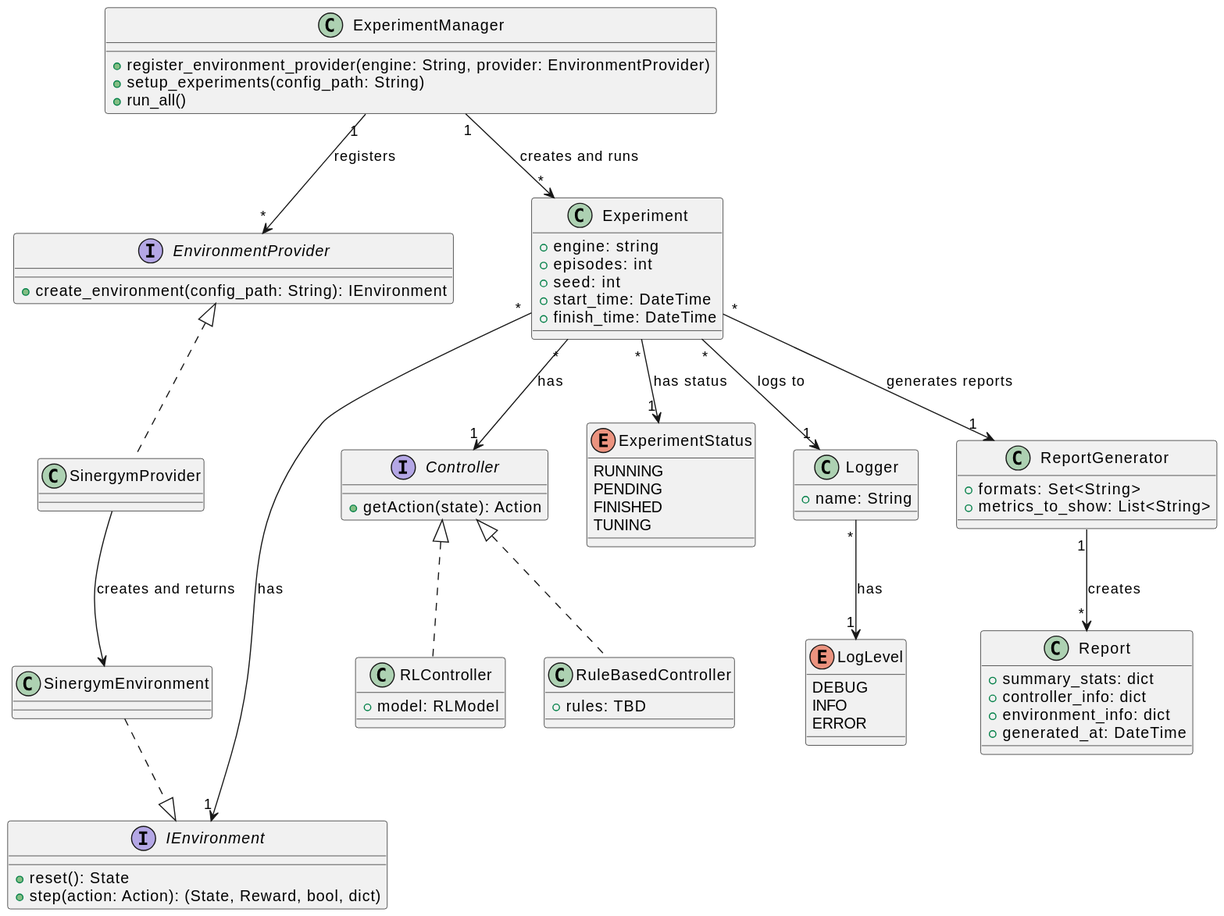
The PlantUML diagram docs/uml/ClassDiagram.svg in JoeTheHammer/rl-building-control, before a commit.
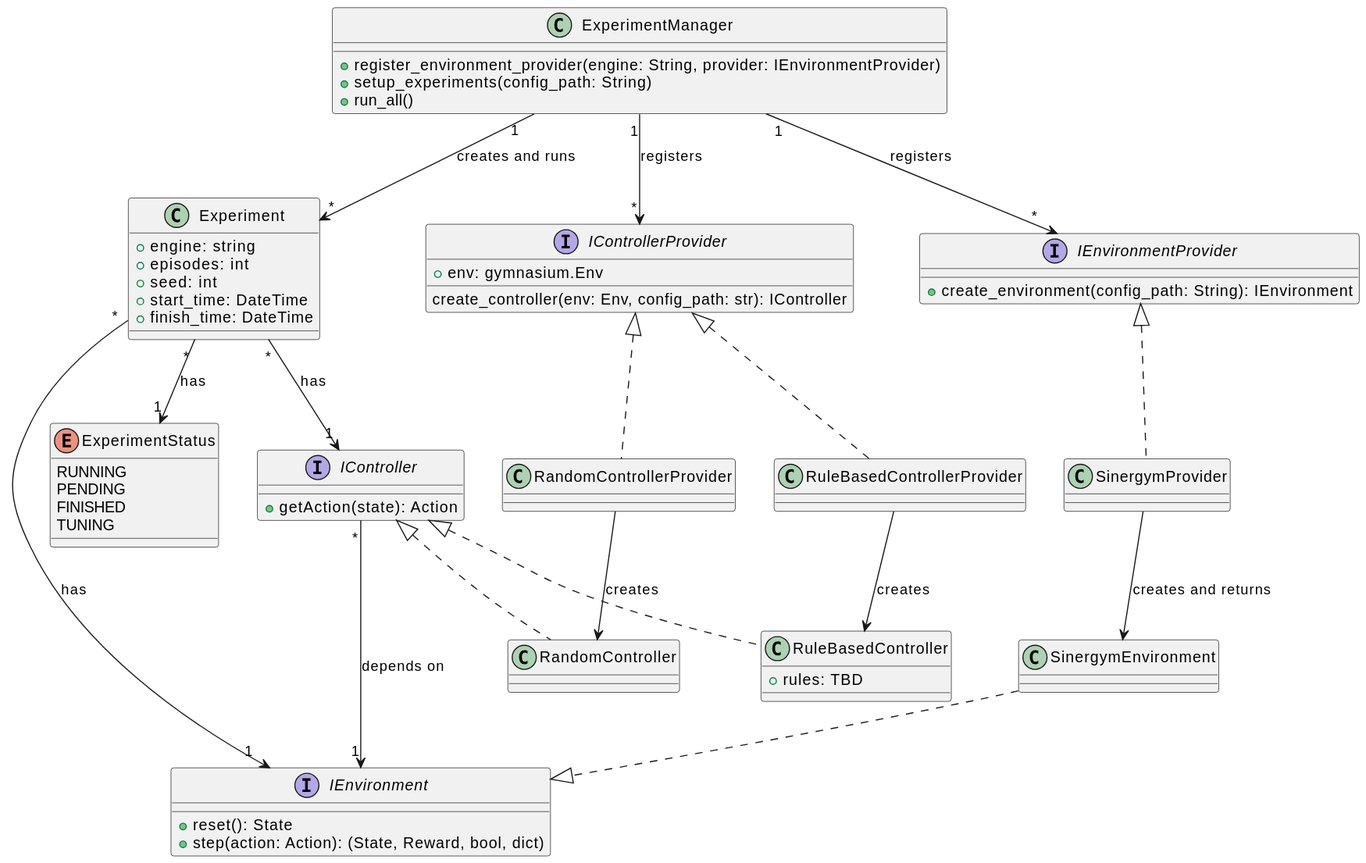
After the commit.

Commit message:
Updated class diagram

The edit, as a diff of the source:
```diff
@@ -4,11 +4,29 @@
   + step(action: Action): (State, Reward, bool, dict)
 }
 
-interface Controller {
+interface IController {
   + getAction(state): Action
 }
 
-interface EnvironmentProvider {
+interface IControllerProvider {
+	+ env: gymnasium.Env
+	create_controller(env: Env, config_path: str): IController
+}
+
+class RandomControllerProvider {
+
+}
+
+class RuleBasedControllerProvider {
+
+}
+
+class RandomController {
+
+}
+
+
+interface IEnvironmentProvider {
   + create_environment(config_path: String): IEnvironment
 }
 
@@ -18,12 +36,15 @@
 
 SinergymProvider --> SinergymEnvironment : creates and returns
 SinergymEnvironment ..|> IEnvironment
-EnvironmentProvider <|.. SinergymProvider
+IEnvironmentProvider <|.. SinergymProvider
+IControllerProvider <|.. RandomControllerProvider
+IControllerProvider <|.. RuleBasedControllerProvider
+
 
 
 
 class ExperimentManager {
-  + register_environment_provider(engine: String, provider: EnvironmentProvider)
+  + register_environment_provider(engine: String, provider: IEnvironmentProvider)
   + setup_experiments(config_path: String)
   + run_all()
 }
@@ -49,47 +70,24 @@
 
 
 ExperimentManager "1" --> "*" Experiment : creates and runs
-ExperimentManager "1" --> "*" EnvironmentProvider : registers
+ExperimentManager "1" --> "*" IEnvironmentProvider : registers
+ExperimentManager "1" --> "*" IControllerProvider : registers
 Experiment "*" --> "1" IEnvironment      : has
-Experiment "*" --> "1" Controller        : has
-Experiment "*" --> "1" Logger            : logs to
-Experiment "*" --> "1" ExperimentStatus  : has status
-Experiment "*" --> "1" ReportGenerator   : generates reports
+IController "*" --> "1" IEnvironment      : depends on
+Experiment "*" --> "1" IController        : has
+Experiment "*" --> "1" ExperimentStatus  : has
 
-Controller <|.. RLController
-Controller <|.. RuleBasedController
+IController <|.. RandomController
+IController <|.. RuleBasedController
 
-class RLController {
-  + model: RLModel
+RandomControllerProvider --> RandomController : creates
+RuleBasedControllerProvider --> RuleBasedController : creates
+
+
+class RandomController {
 }
 
 class RuleBasedController {
   + rules: TBD
 }
-
-class Logger {
-  + name: String
-}
-
-enum LogLevel {
-  DEBUG
-  INFO
-  ERROR
-}
-
-Logger "*" --> "1" LogLevel : has
-
-class ReportGenerator {
-  + formats: Set<String>
-  + metrics_to_show: List<String>
-}
-
-class Report {
-  + summary_stats: dict
-  + controller_info: dict
-  + environment_info: dict
-  + generated_at: DateTime
-}
-
-ReportGenerator "1" --> "*" Report : creates
 @enduml
```
